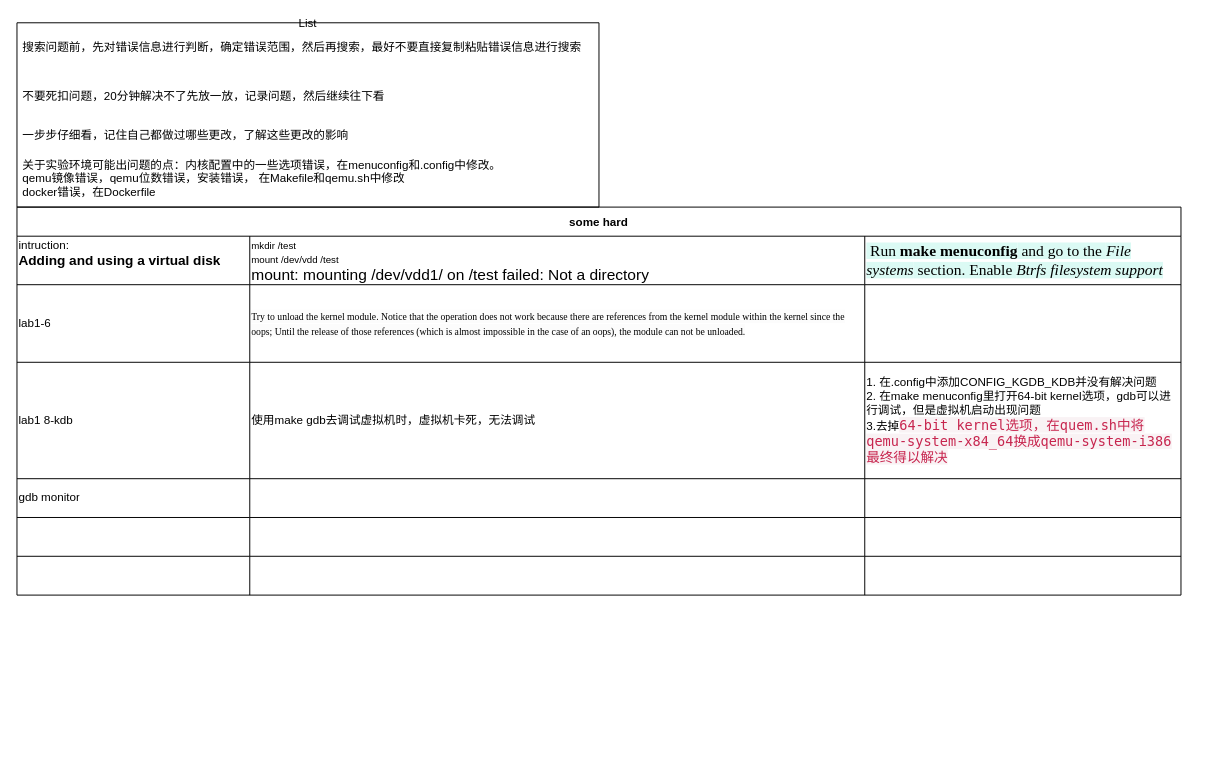
The draw.io diagram page "questions" (2 of 2) of Untitled Diagram.drawio in ganjue66da/linux_kernel_labs, before the edit. Source tidied: cells renumbered, new cells numbered last; positions are measured from the earlier drawing's top-left corner, leaving out a move shared by most shapes. Both pictures are drawn from the tidied source at 97%, with x=0, y=0 at pixel (16, 22).
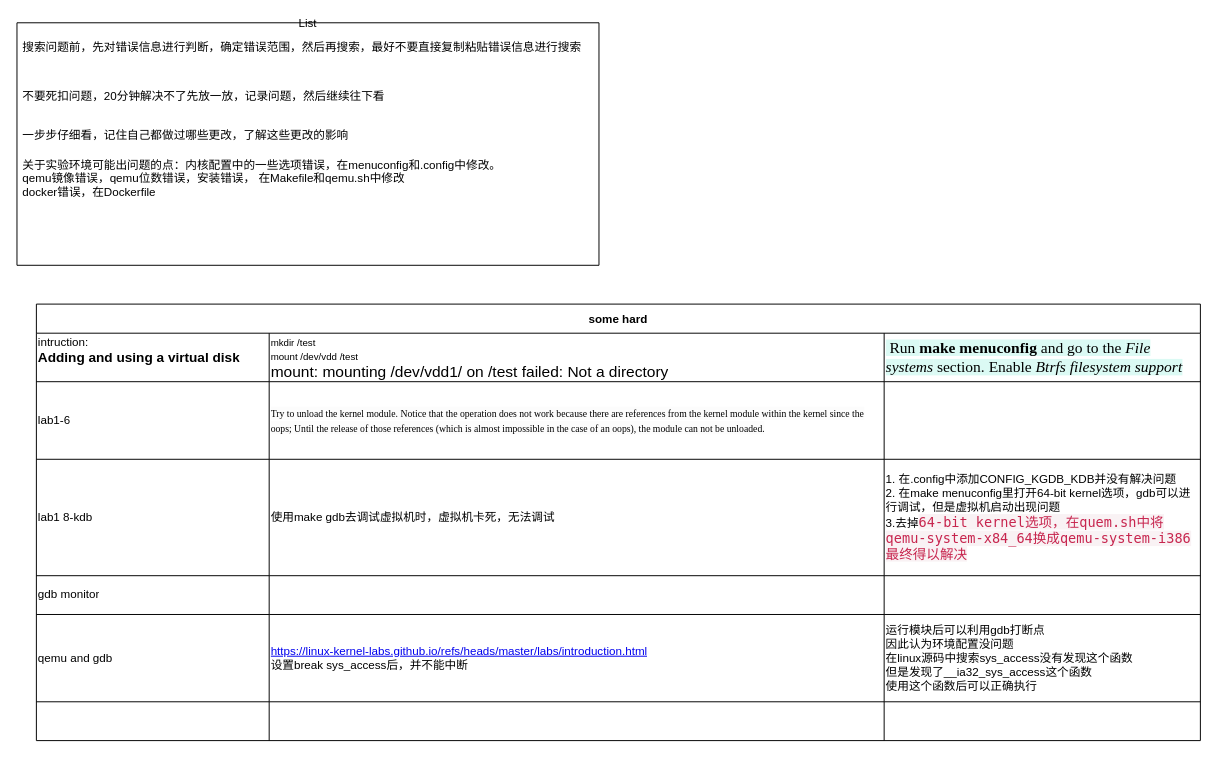
The same diagram, later.

The edit, as a diff of the source:
```diff
@@
     <mxCell id="2" value="some hard" style="shape=table;startSize=30;childLayout=tableLayout;fontStyle=1;align=center;" parent="1" vertex="1">
-      <mxGeometry y="190" width="1200" height="400" as="geometry" />
+      <mxGeometry x="20" y="290" width="1200" height="450" as="geometry" />
     </mxCell>
@@
     <mxCell id="19" style="shape=partialRectangle;html=1;whiteSpace=wrap;fillColor=none;top=0;left=0;bottom=0;right=0;align=left;" parent="2" vertex="1">
-      <mxGeometry y="320" width="1200" height="40" as="geometry" />
+      <mxGeometry y="320" width="1200" height="90" as="geometry" />
     </mxCell>
-    <mxCell id="20" style="shape=partialRectangle;html=1;whiteSpace=wrap;fillColor=none;top=0;left=0;bottom=0;right=0;overflow=hidden;align=left;" parent="19" vertex="1">
-      <mxGeometry width="240" height="40" as="geometry" />
+    <mxCell id="20" value="qemu and gdb" style="shape=partialRectangle;html=1;whiteSpace=wrap;fillColor=none;top=0;left=0;bottom=0;right=0;overflow=hidden;align=left;" parent="19" vertex="1">
+      <mxGeometry width="240" height="90" as="geometry" />
     </mxCell>
-    <mxCell id="21" style="shape=partialRectangle;html=1;whiteSpace=wrap;fillColor=none;top=0;left=0;bottom=0;right=0;overflow=hidden;align=left;" parent="19" vertex="1">
-      <mxGeometry x="240" width="634" height="40" as="geometry" />
+    <mxCell id="21" value="&lt;a href=&quot;https://linux-kernel-labs.github.io/refs/heads/master/labs/introduction.html&quot;&gt;https://linux-kernel-labs.github.io/refs/heads/master/labs/introduction.html&lt;/a&gt;&lt;br&gt;设置break sys_access后，并不能中断" style="shape=partialRectangle;html=1;whiteSpace=wrap;fillColor=none;top=0;left=0;bottom=0;right=0;overflow=hidden;align=left;" parent="19" vertex="1">
+      <mxGeometry x="240" width="634" height="90" as="geometry" />
     </mxCell>
-    <mxCell id="22" style="shape=partialRectangle;html=1;whiteSpace=wrap;fillColor=none;top=0;left=0;bottom=0;right=0;overflow=hidden;align=left;" parent="19" vertex="1">
-      <mxGeometry x="874" width="326" height="40" as="geometry" />
+    <mxCell id="22" value="运行模块后可以利用gdb打断点&lt;br&gt;因此认为环境配置没问题&lt;br&gt;在linux源码中搜索sys_access没有发现这个函数&lt;br&gt;但是发现了__ia32_sys_access这个函数&lt;br&gt;使用这个函数后可以正确执行" style="shape=partialRectangle;html=1;whiteSpace=wrap;fillColor=none;top=0;left=0;bottom=0;right=0;overflow=hidden;align=left;" parent="19" vertex="1">
+      <mxGeometry x="874" width="326" height="90" as="geometry" />
     </mxCell>
     <mxCell id="23" style="shape=partialRectangle;html=1;whiteSpace=wrap;fillColor=none;top=0;left=0;bottom=0;right=0;align=left;" parent="2" vertex="1">
-      <mxGeometry y="360" width="1200" height="40" as="geometry" />
+      <mxGeometry y="410" width="1200" height="40" as="geometry" />
     </mxCell>
@@
     <mxCell id="27" value="List" style="swimlane;fontStyle=0;horizontal=1;startSize=0;" parent="1" vertex="1">
-      <mxGeometry width="600" height="190" as="geometry" />
+      <mxGeometry width="600" height="250" as="geometry" />
     </mxCell>
@@
+    <mxCell id="32" style="text;strokeColor=none;fillColor=none;align=left;verticalAlign=middle;spacingLeft=4;spacingRight=4;overflow=hidden;" parent="27" vertex="1">
+      <mxGeometry y="190" width="600" height="60" as="geometry" />
+    </mxCell>
```
